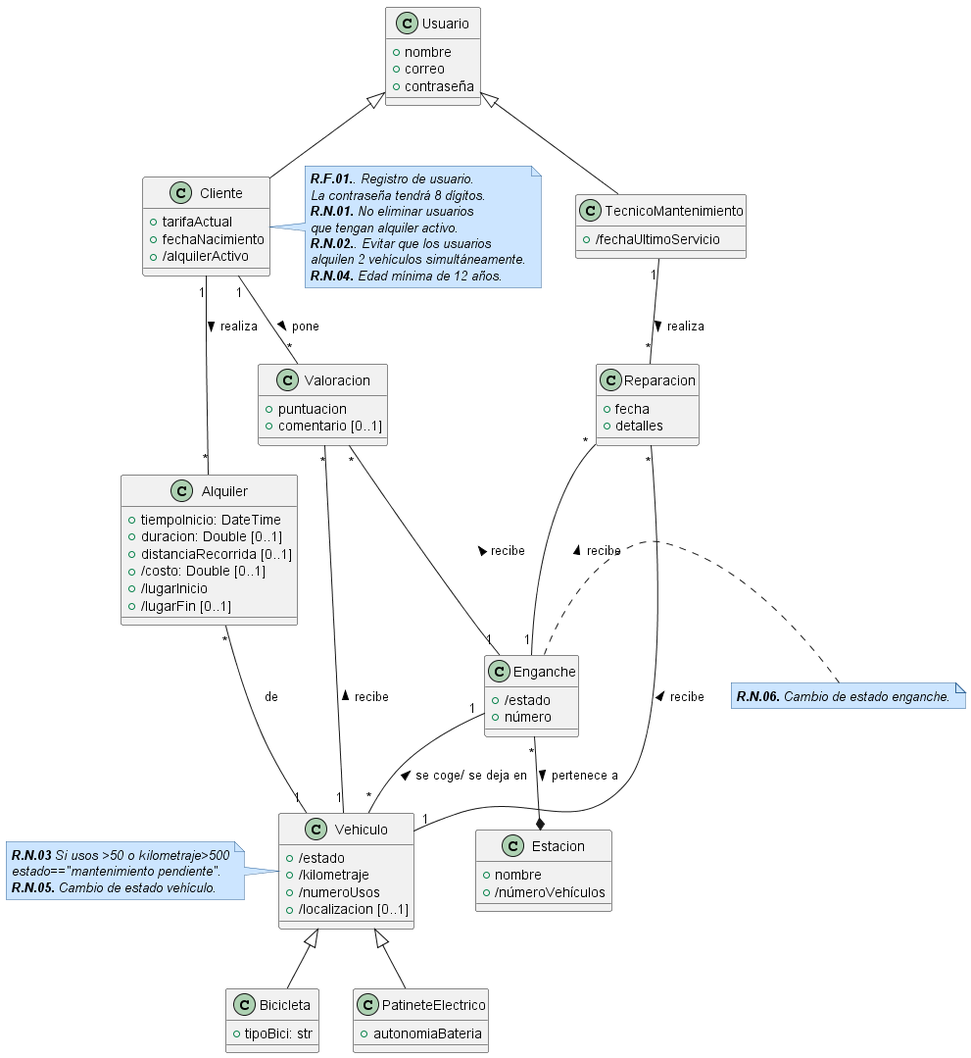
This is modelos_conceptuales/DiagramaClases.png from VVF2245/EasyVPM-Database, a PlantUML export, as it was before one commit.
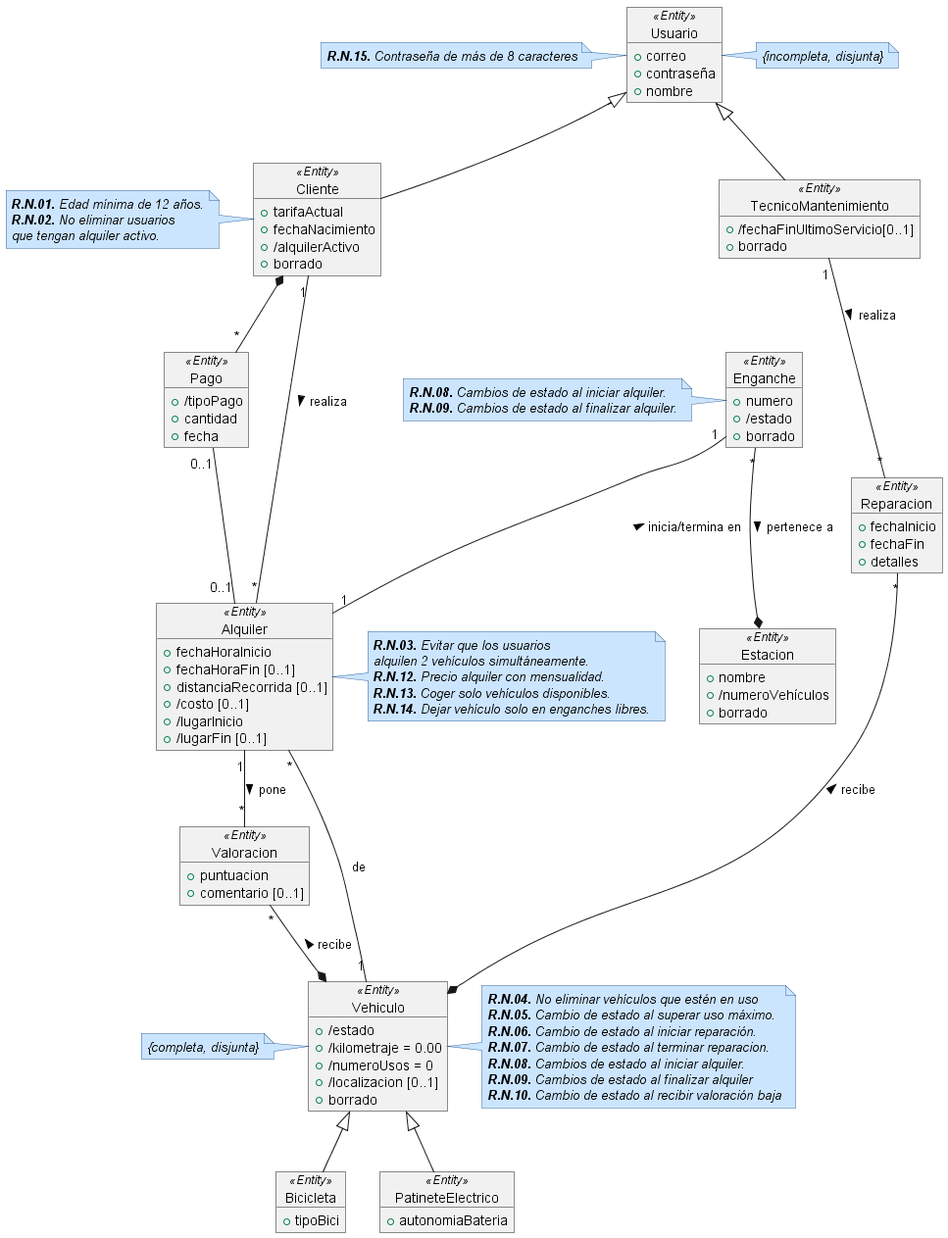
After the commit.

The edit, as a diff of the source:
```diff
@@ -6,81 +6,107 @@
   FontStyle italic
 }
 
-class Usuario {
-    +nombre
+object Usuario<<Entity>> {
     +correo
     +contraseña
+    +nombre
 }
+note right: {incompleta, disjunta}
+note left of Usuario
+**R.N.15.** Contraseña de más de 8 caracteres
+end note
 
-class Cliente {
+
+object Cliente<<Entity>> {
     +tarifaActual
     +fechaNacimiento
     +/alquilerActivo
+    +borrado
 }
-note right
- **R.F.01.**. Registro de usuario.
- La contraseña tendrá 8 dígitos.
- **R.N.01.** No eliminar usuarios
- que tengan alquiler activo.
- **R.N.02.**. Evitar que los usuarios
- alquilen 2 vehículos simultáneamente.
- **R.N.04.** Edad mínima de 12 años.
+note left
+**R.N.01.** Edad mínima de 12 años.
+**R.N.02.** No eliminar usuarios
+que tengan alquiler activo.
 end note
 
-
-class TecnicoMantenimiento {
-    +/fechaUltimoServicio
+object Pago<<Entity>> {
+    +/tipoPago
+    +cantidad
+    +fecha
 }
 
-class Reparacion {
-    +fecha
+
+object TecnicoMantenimiento<<Entity>> {
+    +/fechaFinUltimoServicio[0..1]
+    +borrado
+}
+
+object Reparacion<<Entity>> {
+    +fechaInicio
+    +fechaFin
     +detalles
 }
 
-class Valoracion {
+object Valoracion<<Entity>> {
     +puntuacion
     +comentario [0..1]
 }
 
-class Alquiler {
-    +tiempoInicio: DateTime
-    +duracion: Double [0..1]
+object Alquiler<<Entity>> {
+    +fechaHoraInicio
+    +fechaHoraFin [0..1]
     +distanciaRecorrida [0..1]
-    +/costo: Double [0..1]
+    +/costo [0..1]
     +/lugarInicio
     +/lugarFin [0..1]
 }
+note right
+**R.N.03.** Evitar que los usuarios
+alquilen 2 vehículos simultáneamente.
+**R.N.12.** Precio alquiler con mensualidad.
+**R.N.13.** Coger solo vehículos disponibles.
+**R.N.14.** Dejar vehículo solo en enganches libres.
+end note
 
-class Vehiculo {
+object Vehiculo<<Entity>> {
     +/estado
-    +/kilometraje
-    +/numeroUsos
+    +/kilometraje = 0.00
+    +/numeroUsos = 0
     +/localizacion [0..1]
+    +borrado
+}
+note right
+**R.N.04.** No eliminar vehículos que estén en uso
+**R.N.05.** Cambio de estado al superar uso máximo.
+**R.N.06.** Cambio de estado al iniciar reparación.
+**R.N.07.** Cambio de estado al terminar reparacion.
+**R.N.08.** Cambios de estado al iniciar alquiler.
+**R.N.09.** Cambios de estado al finalizar alquiler
+**R.N.10.** Cambio de estado al recibir valoración baja
+end note
+note left of Vehiculo: {completa, disjunta}
+
+object Estacion<<Entity>> {
+    +nombre
+    +/numeroVehículos
+    +borrado
+}
+
+object Enganche<<Entity>> {
+    +numero
+    +/estado
+    +borrado
 }
 note left
- **R.N.03** Si usos >50 o kilometraje>500
- estado=="mantenimiento pendiente".
- **R.N.05.** Cambio de estado vehículo.
+ **R.N.08.** Cambios de estado al iniciar alquiler.
+ **R.N.09.** Cambios de estado al finalizar alquiler.
 end note
 
-class Estacion {
-    +nombre
-    +/númeroVehículos
+object Bicicleta<<Entity>> {
+    +tipoBici
 }
 
-class Enganche {
-    +/estado
-    +número
-}
-note right
- **R.N.06.** Cambio de estado enganche.
-end note
-
-class Bicicleta {
-    +tipoBici: str
-}
-
-class PatineteElectrico {
+object PatineteElectrico<<Entity>> {
     +autonomiaBateria
 }
 
@@ -89,21 +115,22 @@
 
 Enganche "*"--* Estacion : pertenece a >
 
-Cliente "1"--"*" Valoracion : pone >
-Valoracion "*"--"1" Vehiculo : recibe <
-Valoracion "*"--"1" Enganche : recibe <
+Alquiler "1"--"*" Valoracion : pone >
+Valoracion "*"--* Vehiculo : recibe <
 
 TecnicoMantenimiento "1"--"*" Reparacion : realiza >
-Reparacion "*"--"1" Vehiculo : recibe <
-Reparacion "*"--"1" Enganche : recibe <
+Reparacion "*"--* Vehiculo : recibe <
 
-Enganche "1" --"*" Vehiculo : se coge/ se deja en <
+Enganche "1" --"1" Alquiler: inicia/termina en <
 
 
 Cliente "1"--"*"  Alquiler: realiza >
 
 Alquiler "*"--"1" Vehiculo: de
 
+Cliente *--"*" Pago
+Pago "0..1"--"0..1" Alquiler
+
 Vehiculo <|-- Bicicleta
 Vehiculo <|-- PatineteElectrico
 
```
